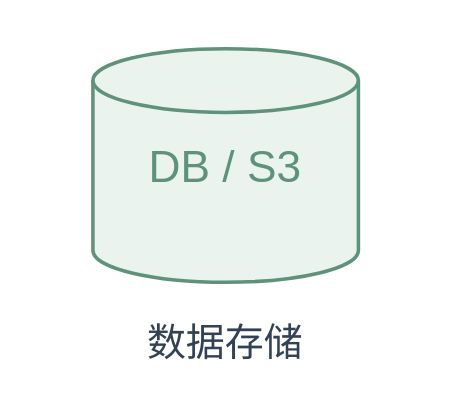
Before: assets/components/storage.drawio in henry867/drawio-visuals-skill, a draw.io diagram. Source tidied: cells renumbered, new cells numbered last; positions are measured from the earlier drawing's top-left corner, leaving out a move shared by most shapes. Both pictures are drawn from the tidied source at 177%, with x=0, y=0 at pixel (30, 30).
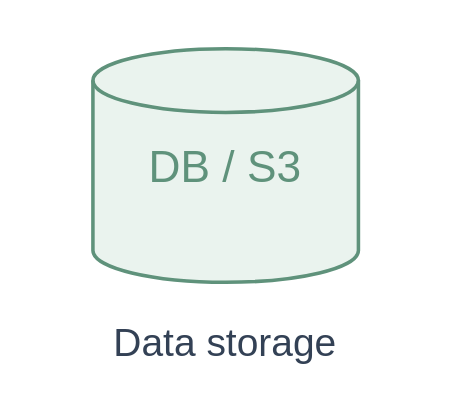
The same diagram, later.

Diff of the diagram source:
```diff
@@
 <mxGraphModel background="#FFFFFF">
   <root>
     <mxCell id="0" />
     <mxCell id="1" parent="0" />
     <mxCell id="2" style="group;" parent="1" vertex="1">
       <mxGeometry width="220" height="200" as="geometry" />
     </mxCell>
     <mxCell id="3" style="html=1;whiteSpace=wrap;fontFamily=Helvetica;fontSize=20;fontColor=#334155;shape=cylinder3;size=18;fillColor=#EAF3EE;strokeColor=#5F927B;strokeWidth=2;" parent="2" vertex="1">
       <mxGeometry x="35" y="10" width="150" height="132" as="geometry" />
     </mxCell>
     <mxCell id="4" value="DB / S3" style="html=1;whiteSpace=wrap;fontFamily=Helvetica;fontSize=20;fontColor=#334155;text;fillColor=none;strokeColor=none;align=center;verticalAlign=middle;fontSize=25;fontColor=#5F927B;" parent="3" vertex="1">
       <mxGeometry x="5" y="48" width="140" height="35" as="geometry" />
     </mxCell>
-    <mxCell id="5" value="数据存储" style="html=1;whiteSpace=wrap;fontFamily=Helvetica;fontSize=20;fontColor=#334155;text;fillColor=none;strokeColor=none;align=center;verticalAlign=middle;fontSize=22;fontColor=#334155;" parent="2" vertex="1">
+    <mxCell id="5" value="Data storage" style="html=1;whiteSpace=wrap;fontFamily=Helvetica;fontSize=20;fontColor=#334155;text;fillColor=none;strokeColor=none;align=center;verticalAlign=middle;fontSize=22;fontColor=#334155;" parent="2" vertex="1">
       <mxGeometry y="161" width="220" height="32" as="geometry" />
     </mxCell>
   </root>
 </mxGraphModel>
```
